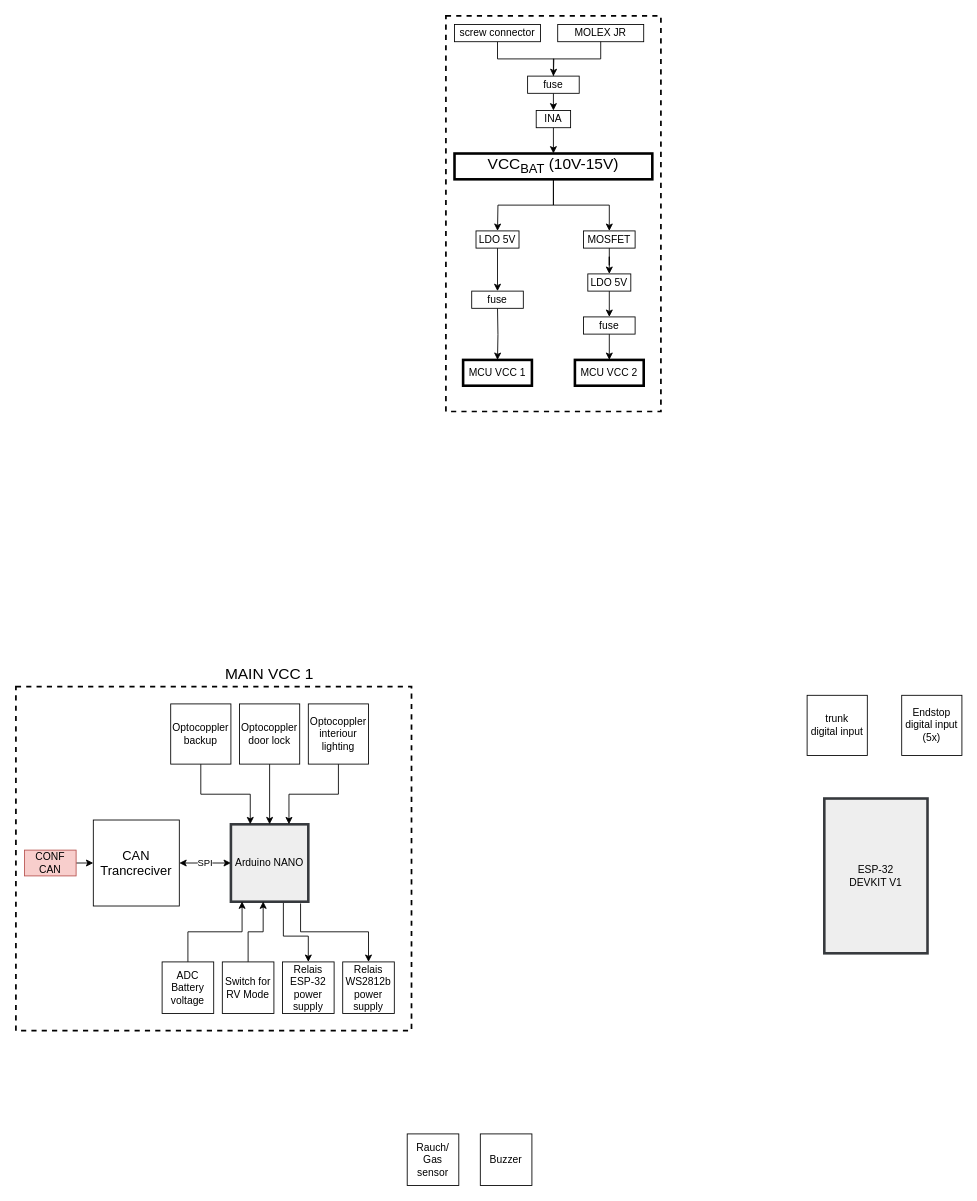
Earlier version of the draw.io diagram RV_main_pcb_ESP32_Block_diagramm_V1.drawio (TheKerry/RV_main_pcb_ESP32). Source tidied: cells renumbered, new cells numbered last; positions are measured from the earlier drawing's top-left corner, leaving out a move shared by most shapes. Both pictures are drawn from the tidied source at 86%, with x=0, y=0 at pixel (15, 15).
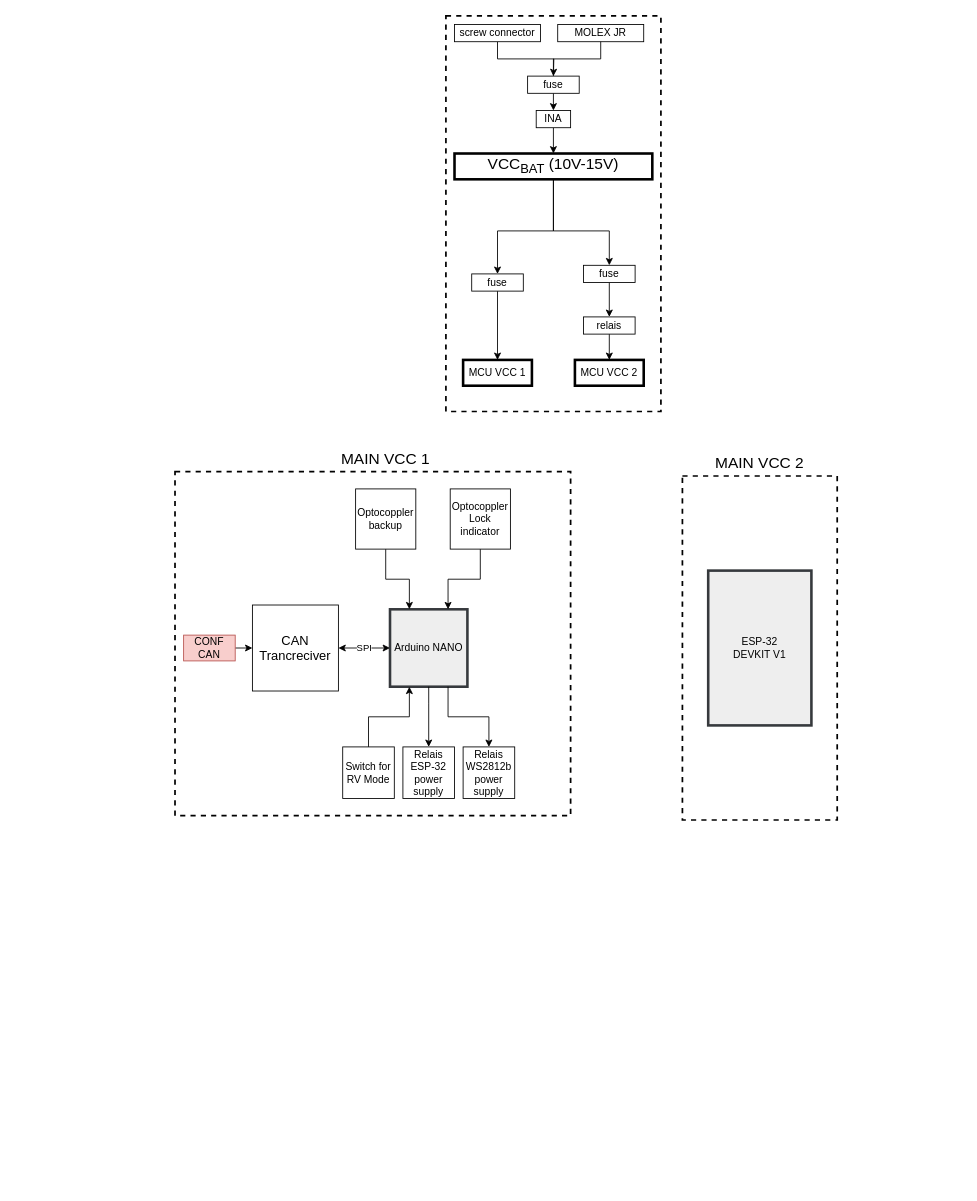
After the change.

The change refers to these unchanged cells:
```xml
<mxCell id="21" value="MCU VCC 1" style="rounded=0;whiteSpace=wrap;html=1;strokeWidth=3;" parent="1" vertex="1">
  <mxGeometry x="520" y="400" width="80" height="30" as="geometry" />
</mxCell>
<mxCell id="22" value="MCU&amp;nbsp;VCC 2" style="rounded=0;whiteSpace=wrap;html=1;strokeWidth=3;" parent="1" vertex="1">
  <mxGeometry x="650" y="400" width="80" height="30" as="geometry" />
</mxCell>
<mxCell id="43" value="&lt;span style=&quot;font-size: 18px&quot;&gt;VCC&lt;sub&gt;BAT&lt;/sub&gt; (10V-15V)&lt;/span&gt;" style="rounded=0;whiteSpace=wrap;html=1;strokeWidth=3;" parent="1" vertex="1">
  <mxGeometry x="510" y="160" width="230" height="30" as="geometry" />
</mxCell>
```

Change to the diagram source:
```diff
@@
     <mxCell id="3" style="rounded=0;whiteSpace=wrap;html=1;dashed=1;strokeWidth=2;fillColor=none;" parent="1" vertex="1">
-      <mxGeometry y="780" width="460" height="400" as="geometry" />
+      <mxGeometry x="185" y="530" width="460" height="400" as="geometry" />
     </mxCell>
     <mxCell id="4" value="ESP-32&lt;br&gt;DEVKIT V1" style="rounded=0;whiteSpace=wrap;html=1;strokeWidth=3;fillColor=#eeeeee;strokeColor=#36393d;" parent="1" vertex="1">
-      <mxGeometry x="940" y="910" width="120" height="180" as="geometry" />
+      <mxGeometry x="805" y="645" width="120" height="180" as="geometry" />
     </mxCell>
@@
     <mxCell id="6" value="Arduino NANO" style="rounded=0;whiteSpace=wrap;html=1;fillColor=#eeeeee;strokeColor=#36393d;strokeWidth=3;" parent="1" vertex="1">
-      <mxGeometry x="250" y="940" width="90" height="90" as="geometry" />
+      <mxGeometry x="435" y="690" width="90" height="90" as="geometry" />
     </mxCell>
@@
-    <mxCell id="8" value="Optocoppler interiour lighting" style="rounded=0;whiteSpace=wrap;html=1;" parent="1" vertex="1">
-      <mxGeometry x="340" y="800" width="70" height="70" as="geometry" />
+    <mxCell id="8" value="Optocoppler Lock indicator" style="rounded=0;whiteSpace=wrap;html=1;" parent="1" vertex="1">
+      <mxGeometry x="505" y="550" width="70" height="70" as="geometry" />
     </mxCell>
-    <mxCell id="9" style="edgeStyle=orthogonalEdgeStyle;rounded=0;jettySize=auto;html=1;exitX=0.5;exitY=1;exitDx=0;exitDy=0;entryX=0.5;entryY=0;entryDx=0;entryDy=0;" parent="1" edge="1" source="10" target="6">
-      <mxGeometry relative="1" as="geometry" />
-    </mxCell>
-    <mxCell id="10" value="Optocoppler door lock" style="rounded=0;whiteSpace=wrap;html=1;" parent="1" vertex="1">
-      <mxGeometry x="260" y="800" width="70" height="70" as="geometry" />
-    </mxCell>
@@
     <mxCell id="12" value="Optocoppler backup" style="rounded=0;whiteSpace=wrap;html=1;" parent="1" vertex="1">
-      <mxGeometry x="180" y="800" width="70" height="70" as="geometry" />
+      <mxGeometry x="395" y="550" width="70" height="70" as="geometry" />
     </mxCell>
-    <mxCell id="13" value="trunk&lt;br&gt;digital input" style="rounded=0;whiteSpace=wrap;html=1;" parent="1" vertex="1">
-      <mxGeometry x="920" y="790" width="70" height="70" as="geometry" />
-    </mxCell>
-    <mxCell id="14" style="edgeStyle=orthogonalEdgeStyle;rounded=0;jettySize=auto;html=1;exitX=0.5;exitY=0;exitDx=0;exitDy=0;entryX=0.144;entryY=0.997;entryDx=0;entryDy=0;entryPerimeter=0;startArrow=none;startFill=0;endArrow=classic;endFill=1;" parent="1" edge="1" source="15" target="6">
-      <mxGeometry relative="1" as="geometry" />
-    </mxCell>
-    <mxCell id="15" value="ADC&lt;br&gt;Battery voltage" style="rounded=0;whiteSpace=wrap;html=1;" parent="1" vertex="1">
-      <mxGeometry x="170" y="1100" width="60" height="60" as="geometry" />
-    </mxCell>
-    <mxCell id="16" style="edgeStyle=orthogonalEdgeStyle;rounded=0;jettySize=auto;html=1;exitX=0.5;exitY=0;exitDx=0;exitDy=0;entryX=0.678;entryY=1.016;entryDx=0;entryDy=0;entryPerimeter=0;startArrow=classic;startFill=1;endArrow=none;endFill=0;" parent="1" edge="1" source="17" target="6">
+    <mxCell id="16" style="edgeStyle=orthogonalEdgeStyle;rounded=0;jettySize=auto;html=1;exitX=0.5;exitY=0;exitDx=0;exitDy=0;entryX=0.5;entryY=1;entryDx=0;entryDy=0;startArrow=classic;startFill=1;endArrow=none;endFill=0;" parent="1" edge="1" source="17" target="6">
       <mxGeometry relative="1" as="geometry">
         <Array as="points">
-          <mxPoint x="340" y="1070" />
-          <mxPoint x="311" y="1070" />
+          <mxPoint x="480" y="800" />
+          <mxPoint x="480" y="800" />
         </Array>
       </mxGeometry>
     </mxCell>
     <mxCell id="17" value="Relais&lt;br&gt;ESP-32&lt;br&gt;power supply" style="rounded=0;whiteSpace=wrap;html=1;" parent="1" vertex="1">
-      <mxGeometry x="310" y="1100" width="60" height="60" as="geometry" />
+      <mxGeometry x="450" y="850" width="60" height="60" as="geometry" />
     </mxCell>
-    <mxCell id="18" style="edgeStyle=orthogonalEdgeStyle;rounded=0;jettySize=auto;html=1;exitX=0.5;exitY=0;exitDx=0;exitDy=0;entryX=0.9;entryY=1.022;entryDx=0;entryDy=0;entryPerimeter=0;startArrow=classic;startFill=1;endArrow=none;endFill=0;" parent="1" edge="1" source="19" target="6">
+    <mxCell id="18" style="edgeStyle=orthogonalEdgeStyle;rounded=0;jettySize=auto;html=1;exitX=0.5;exitY=0;exitDx=0;exitDy=0;entryX=0.75;entryY=1;entryDx=0;entryDy=0;startArrow=classic;startFill=1;endArrow=none;endFill=0;" parent="1" edge="1" source="19" target="6">
       <mxGeometry relative="1" as="geometry" />
     </mxCell>
     <mxCell id="19" value="Relais&lt;br&gt;WS2812b&lt;br&gt;power supply" style="rounded=0;whiteSpace=wrap;html=1;" parent="1" vertex="1">
-      <mxGeometry x="380" y="1100" width="60" height="60" as="geometry" />
+      <mxGeometry x="520" y="850" width="60" height="60" as="geometry" />
     </mxCell>
     <mxCell id="20" value="&lt;font style=&quot;font-size: 18px&quot;&gt;MAIN VCC 1&lt;/font&gt;" style="text;html=1;strokeColor=none;fillColor=none;align=center;verticalAlign=middle;whiteSpace=wrap;rounded=0;dashed=1;strokeWidth=3;" parent="1" vertex="1">
-      <mxGeometry x="225" y="750" width="140" height="30" as="geometry" />
+      <mxGeometry x="360" y="500" width="140" height="30" as="geometry" />
     </mxCell>
@@
-    <mxCell id="23" style="edgeStyle=orthogonalEdgeStyle;rounded=0;jettySize=auto;html=1;exitX=0.5;exitY=1;exitDx=0;exitDy=0;" parent="1" edge="1" source="24" target="45">
-      <mxGeometry relative="1" as="geometry" />
-    </mxCell>
-    <mxCell id="24" value="MOSFET" style="rounded=0;whiteSpace=wrap;html=1;" parent="1" vertex="1">
-      <mxGeometry x="660" y="250" width="60" height="20" as="geometry" />
-    </mxCell>
@@
-    <mxCell id="31" value="Endstop&lt;br&gt;digital input&lt;br&gt;(5x)" style="rounded=0;whiteSpace=wrap;html=1;" parent="1" vertex="1">
-      <mxGeometry x="1030" y="790" width="70" height="70" as="geometry" />
-    </mxCell>
-    <mxCell id="32" value="Rauch/ Gas sensor" style="rounded=0;whiteSpace=wrap;html=1;" parent="1" vertex="1">
-      <mxGeometry x="455" y="1300" width="60" height="60" as="geometry" />
-    </mxCell>
-    <mxCell id="33" value="Buzzer" style="rounded=0;whiteSpace=wrap;html=1;" parent="1" vertex="1">
-      <mxGeometry x="540" y="1300" width="60" height="60" as="geometry" />
-    </mxCell>
-    <mxCell id="34" style="edgeStyle=orthogonalEdgeStyle;rounded=0;jettySize=auto;html=1;exitX=0.5;exitY=0;exitDx=0;exitDy=0;entryX=0.417;entryY=0.997;entryDx=0;entryDy=0;entryPerimeter=0;startArrow=none;startFill=0;endArrow=classic;endFill=1;" parent="1" edge="1" source="35" target="6">
+    <mxCell id="34" style="edgeStyle=orthogonalEdgeStyle;rounded=0;jettySize=auto;html=1;exitX=0.5;exitY=0;exitDx=0;exitDy=0;entryX=0.25;entryY=1;entryDx=0;entryDy=0;startArrow=none;startFill=0;endArrow=classic;endFill=1;" parent="1" edge="1" source="35" target="6">
       <mxGeometry relative="1" as="geometry" />
     </mxCell>
     <mxCell id="35" value="Switch for RV Mode" style="rounded=0;whiteSpace=wrap;html=1;" parent="1" vertex="1">
-      <mxGeometry x="240" y="1100" width="60" height="60" as="geometry" />
+      <mxGeometry x="380" y="850" width="60" height="60" as="geometry" />
     </mxCell>
     <mxCell id="36" value="&lt;font style=&quot;font-size: 15px&quot;&gt;CAN&lt;br&gt;Trancreciver&lt;/font&gt;" style="rounded=0;whiteSpace=wrap;html=1;" parent="1" vertex="1">
-      <mxGeometry x="90" y="935" width="100" height="100" as="geometry" />
+      <mxGeometry x="275" y="685" width="100" height="100" as="geometry" />
     </mxCell>
@@
     <mxCell id="40" value="CONF CAN" style="rounded=0;whiteSpace=wrap;html=1;fillColor=#f8cecc;strokeColor=#b85450;" parent="1" vertex="1">
-      <mxGeometry x="10" y="970" width="60" height="30" as="geometry" />
+      <mxGeometry x="195" y="720" width="60" height="30" as="geometry" />
     </mxCell>
-    <mxCell id="41" style="edgeStyle=orthogonalEdgeStyle;rounded=0;jettySize=auto;html=1;exitX=0.5;exitY=1;exitDx=0;exitDy=0;entryX=0.5;entryY=0;entryDx=0;entryDy=0;" parent="1" edge="1" source="43">
+    <mxCell id="41" style="edgeStyle=orthogonalEdgeStyle;rounded=0;jettySize=auto;html=1;exitX=0.5;exitY=1;exitDx=0;exitDy=0;entryX=0.5;entryY=0;entryDx=0;entryDy=0;" parent="1" edge="1" source="43" target="49">
       <mxGeometry relative="1" as="geometry">
-        <mxPoint x="560" y="250" as="targetPoint" />
+        <Array as="points">
+          <mxPoint x="625" y="250" />
+          <mxPoint x="560" y="250" />
+        </Array>
       </mxGeometry>
     </mxCell>
-    <mxCell id="42" style="edgeStyle=orthogonalEdgeStyle;rounded=0;jettySize=auto;html=1;exitX=0.5;exitY=1;exitDx=0;exitDy=0;" parent="1" edge="1" source="43" target="24">
-      <mxGeometry relative="1" as="geometry" />
-    </mxCell>
+    <mxCell id="52" style="edgeStyle=orthogonalEdgeStyle;rounded=0;jettySize=auto;html=1;exitX=0.5;exitY=1;exitDx=0;exitDy=0;entryX=0.5;entryY=0;entryDx=0;entryDy=0;" parent="1" edge="1" source="43" target="51">
+      <mxGeometry relative="1" as="geometry">
+        <Array as="points">
+          <mxPoint x="625" y="250" />
+          <mxPoint x="690" y="250" />
+        </Array>
+      </mxGeometry>
+    </mxCell>
@@
-    <mxCell id="44" style="edgeStyle=orthogonalEdgeStyle;rounded=0;jettySize=auto;html=1;exitX=0.5;exitY=1;exitDx=0;exitDy=0;entryX=0.5;entryY=0;entryDx=0;entryDy=0;" parent="1" edge="1" source="45" target="51">
-      <mxGeometry relative="1" as="geometry" />
-    </mxCell>
-    <mxCell id="45" value="LDO 5V" style="rounded=0;whiteSpace=wrap;html=1;" parent="1" vertex="1">
-      <mxGeometry x="665" y="300" width="50" height="20" as="geometry" />
-    </mxCell>
-    <mxCell id="46" style="edgeStyle=orthogonalEdgeStyle;rounded=0;orthogonalLoop=1;jettySize=auto;html=1;exitX=0.5;exitY=1;exitDx=0;exitDy=0;" parent="1" edge="1">
-      <mxGeometry relative="1" as="geometry">
-        <mxPoint x="560" y="270" as="sourcePoint" />
-        <mxPoint x="560" y="320" as="targetPoint" />
-      </mxGeometry>
-    </mxCell>
-    <mxCell id="47" style="edgeStyle=orthogonalEdgeStyle;rounded=0;jettySize=auto;html=1;exitX=0.5;exitY=1;exitDx=0;exitDy=0;entryX=0.5;entryY=0;entryDx=0;entryDy=0;" parent="1" edge="1" target="21">
-      <mxGeometry relative="1" as="geometry">
-        <mxPoint x="560" y="340" as="sourcePoint" />
-      </mxGeometry>
+    <mxCell id="47" style="edgeStyle=orthogonalEdgeStyle;rounded=0;jettySize=auto;html=1;exitX=0.5;exitY=1;exitDx=0;exitDy=0;entryX=0.5;entryY=0;entryDx=0;entryDy=0;" parent="1" edge="1" source="49" target="21">
+      <mxGeometry relative="1" as="geometry" />
     </mxCell>
-    <mxCell id="48" value="LDO 5V" style="rounded=0;whiteSpace=wrap;html=1;" parent="1" vertex="1">
-      <mxGeometry x="535" y="250" width="50" height="20" as="geometry" />
-    </mxCell>
     <mxCell id="49" value="fuse" style="rounded=0;whiteSpace=wrap;html=1;" parent="1" vertex="1">
-      <mxGeometry x="530" y="320" width="60" height="20" as="geometry" />
+      <mxGeometry x="530" y="300" width="60" height="20" as="geometry" />
     </mxCell>
-    <mxCell id="50" style="edgeStyle=orthogonalEdgeStyle;rounded=0;jettySize=auto;html=1;exitX=0.5;exitY=1;exitDx=0;exitDy=0;entryX=0.5;entryY=0;entryDx=0;entryDy=0;" parent="1" edge="1" source="51" target="22">
-      <mxGeometry relative="1" as="geometry" />
-    </mxCell>
+    <mxCell id="53" style="edgeStyle=orthogonalEdgeStyle;rounded=0;jettySize=auto;html=1;exitX=0.5;exitY=1;exitDx=0;exitDy=0;entryX=0.5;entryY=0;entryDx=0;entryDy=0;" parent="1" edge="1" source="51" target="55">
+      <mxGeometry relative="1" as="geometry" />
+    </mxCell>
     <mxCell id="51" value="fuse" style="rounded=0;whiteSpace=wrap;html=1;" parent="1" vertex="1">
-      <mxGeometry x="660" y="350" width="60" height="20" as="geometry" />
+      <mxGeometry x="660" y="290" width="60" height="20" as="geometry" />
     </mxCell>
+    <mxCell id="54" style="edgeStyle=orthogonalEdgeStyle;rounded=0;jettySize=auto;html=1;exitX=0.5;exitY=1;exitDx=0;exitDy=0;entryX=0.5;entryY=0;entryDx=0;entryDy=0;" parent="1" edge="1" source="55" target="22">
+      <mxGeometry relative="1" as="geometry" />
+    </mxCell>
+    <mxCell id="55" value="relais" style="rounded=0;whiteSpace=wrap;html=1;" parent="1" vertex="1">
+      <mxGeometry x="660" y="350" width="60" height="20" as="geometry" />
+    </mxCell>
+    <mxCell id="56" style="rounded=0;whiteSpace=wrap;html=1;dashed=1;strokeWidth=2;fillColor=none;" parent="1" vertex="1">
+      <mxGeometry x="775" y="535" width="180" height="400" as="geometry" />
+    </mxCell>
+    <mxCell id="57" value="&lt;font style=&quot;font-size: 18px&quot;&gt;MAIN VCC 2&lt;/font&gt;" style="text;html=1;strokeColor=none;fillColor=none;align=center;verticalAlign=middle;whiteSpace=wrap;rounded=0;dashed=1;strokeWidth=3;" parent="1" vertex="1">
+      <mxGeometry x="795" y="505" width="140" height="30" as="geometry" />
+    </mxCell>
```
